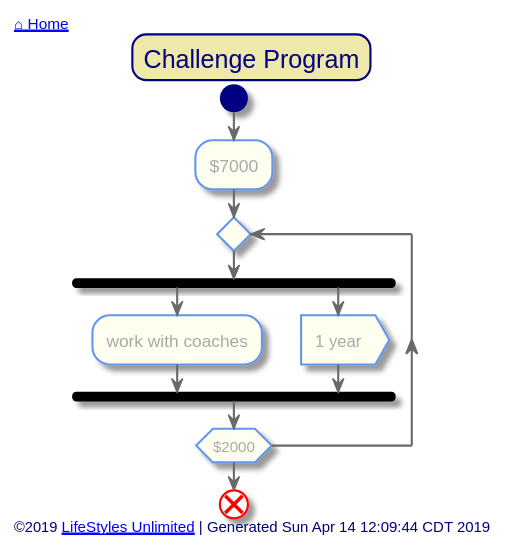
Above: out/src/single-family/challenge-program.svg in toddmo/lifestylesunlimited (PlantUML), before the change.
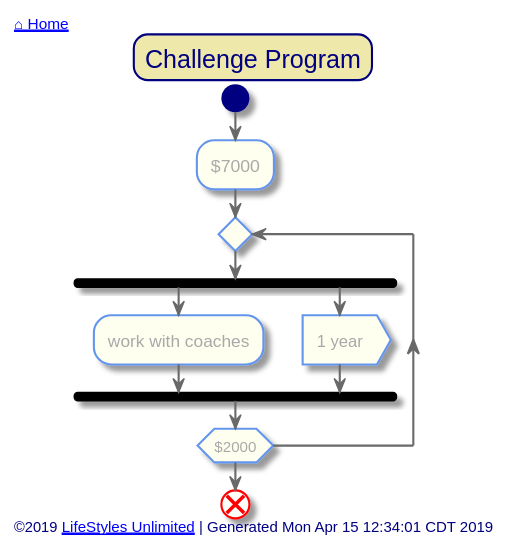
Above is the later version.

What changed in the source:
```diff
@@ -85,7 +85,7 @@
 	end
 
 left footer
-	©2019 [[http://www.lifestylesunlimited.com LifeStyles Unlimited]] | Generated Sun Apr 14 12:09:44 CDT 2019
+	©2019 [[http://www.lifestylesunlimited.com LifeStyles Unlimited]] | Generated Mon Apr 15 12:34:01 CDT 2019
 endfooter
 
 
```
